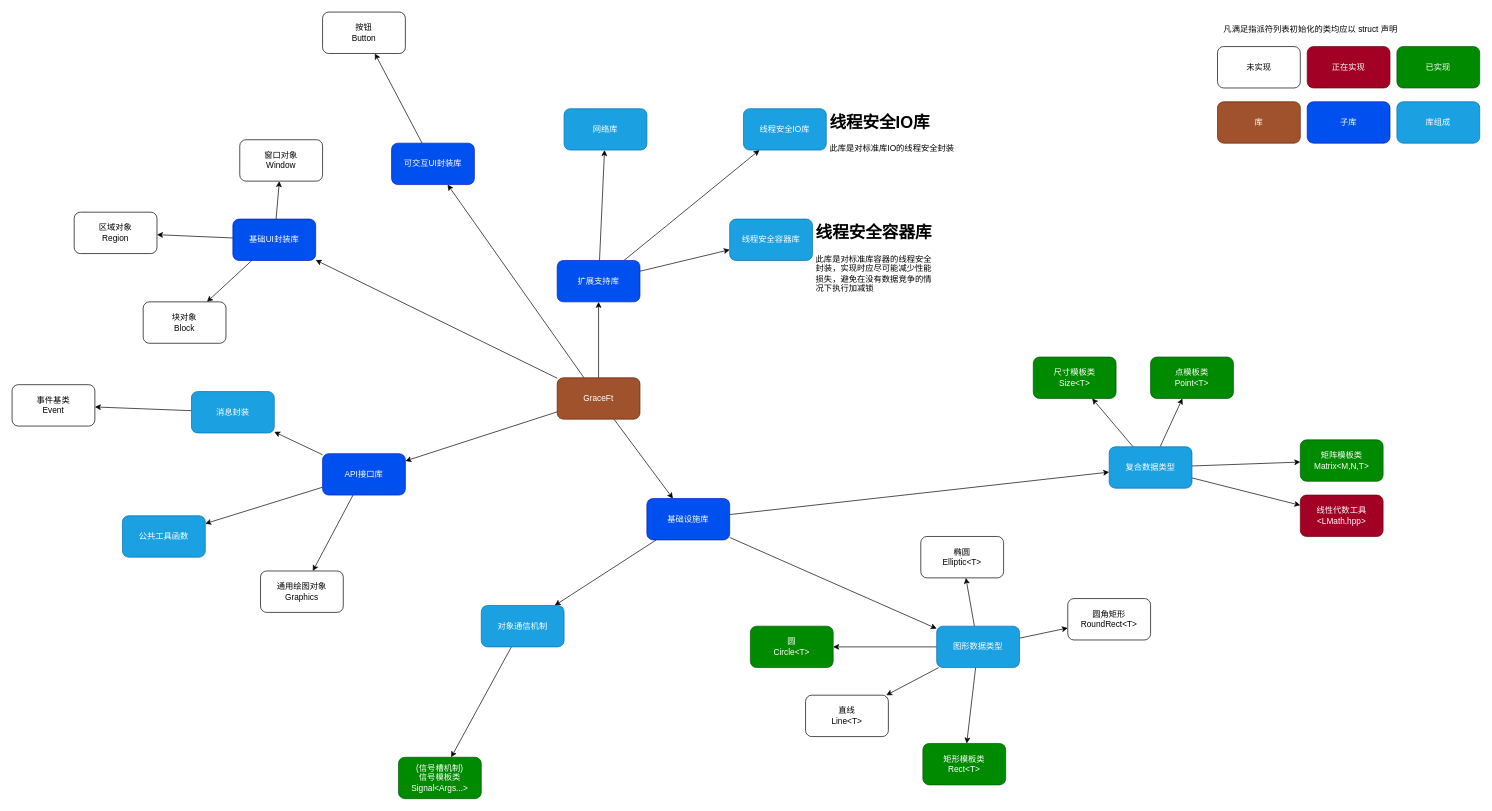
Earlier version of the draw.io diagram des.dio (Anglebase/GraceFt). Source tidied: cells renumbered, new cells numbered last; positions are measured from the earlier drawing's top-left corner, leaving out a move shared by most shapes. Both pictures are drawn from the tidied source at 69%, with x=0, y=0 at pixel (12, 12).
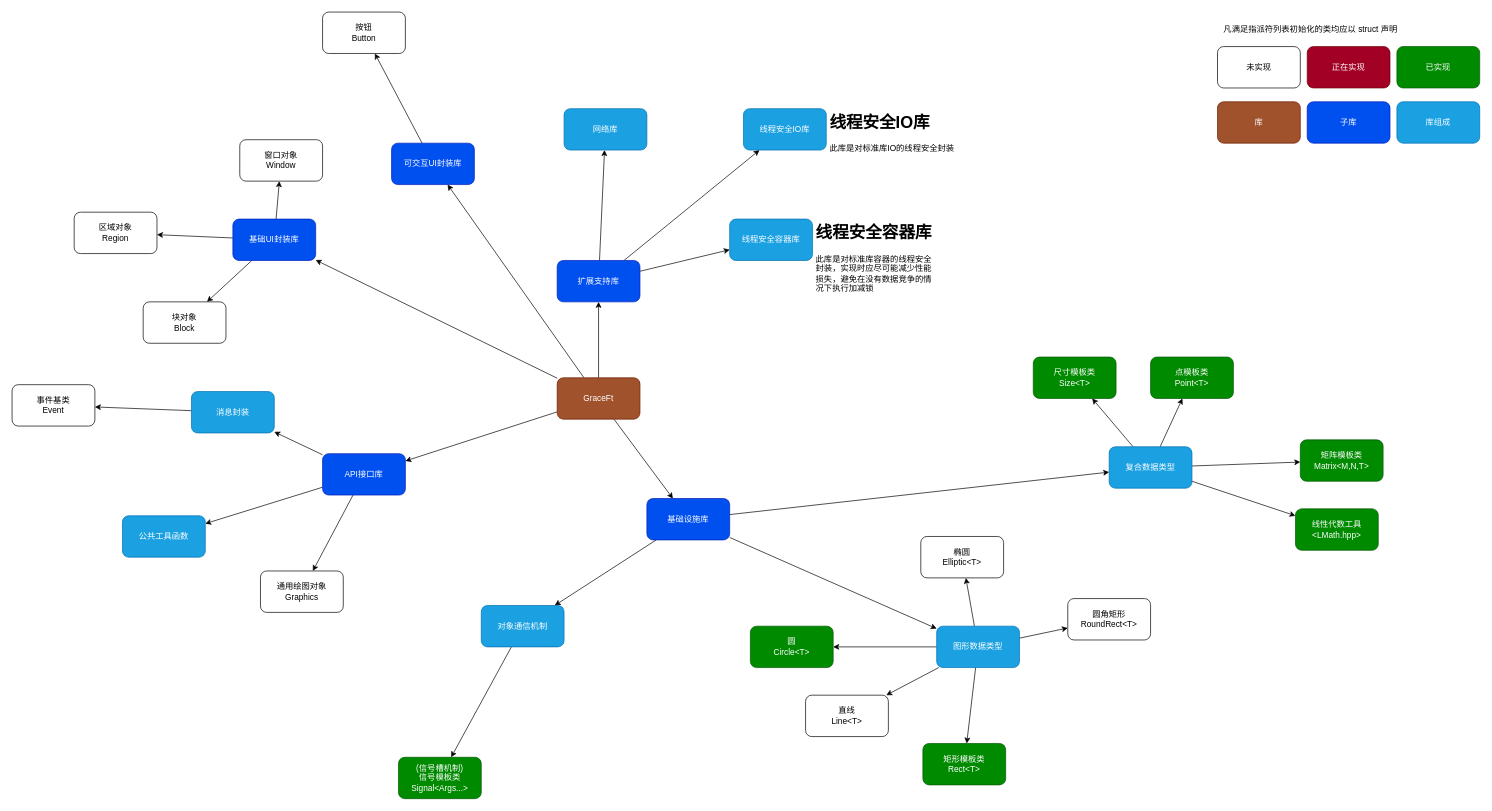
Above is the later version.

Diff of the diagram source:
```diff
@@
-    <mxCell id="69" value="线性代数工具&lt;br&gt;&amp;lt;LMath.hpp&amp;gt;" style="rounded=1;whiteSpace=wrap;html=1;fontStyle=0;fillColor=#a20025;fontColor=#ffffff;strokeColor=#6F0000;" parent="1" vertex="1">
-      <mxGeometry x="1867" y="700" width="120" height="60" as="geometry" />
+    <mxCell id="69" value="线性代数工具&lt;br&gt;&amp;lt;LMath.hpp&amp;gt;" style="rounded=1;whiteSpace=wrap;html=1;fontStyle=0;fillColor=#008a00;fontColor=#ffffff;strokeColor=#005700;" parent="1" vertex="1">
+      <mxGeometry x="1860" y="720" width="120" height="60" as="geometry" />
     </mxCell>
```
